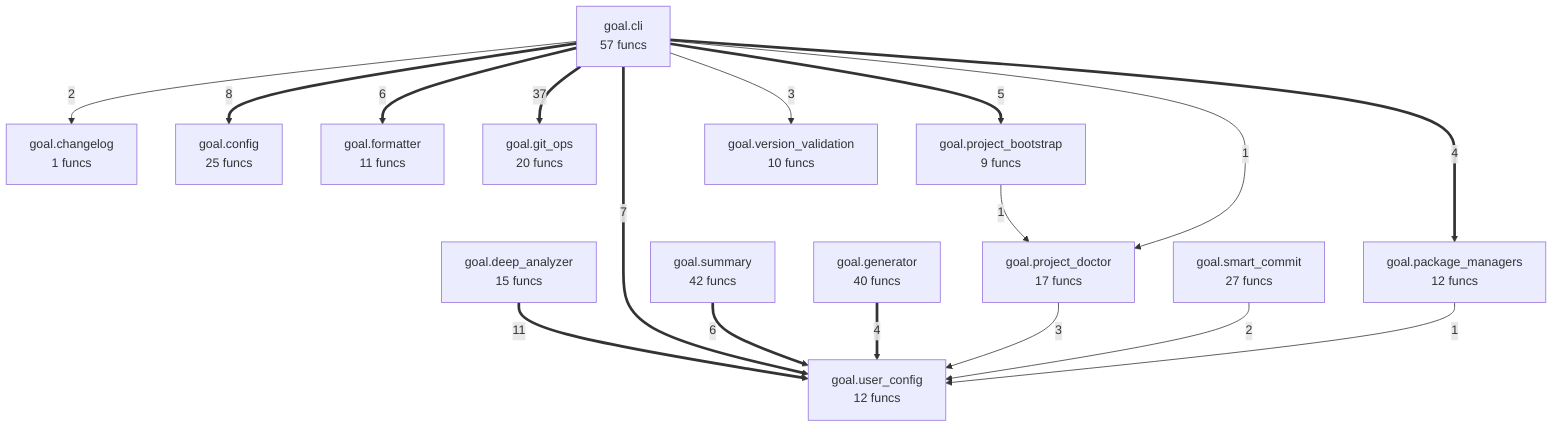
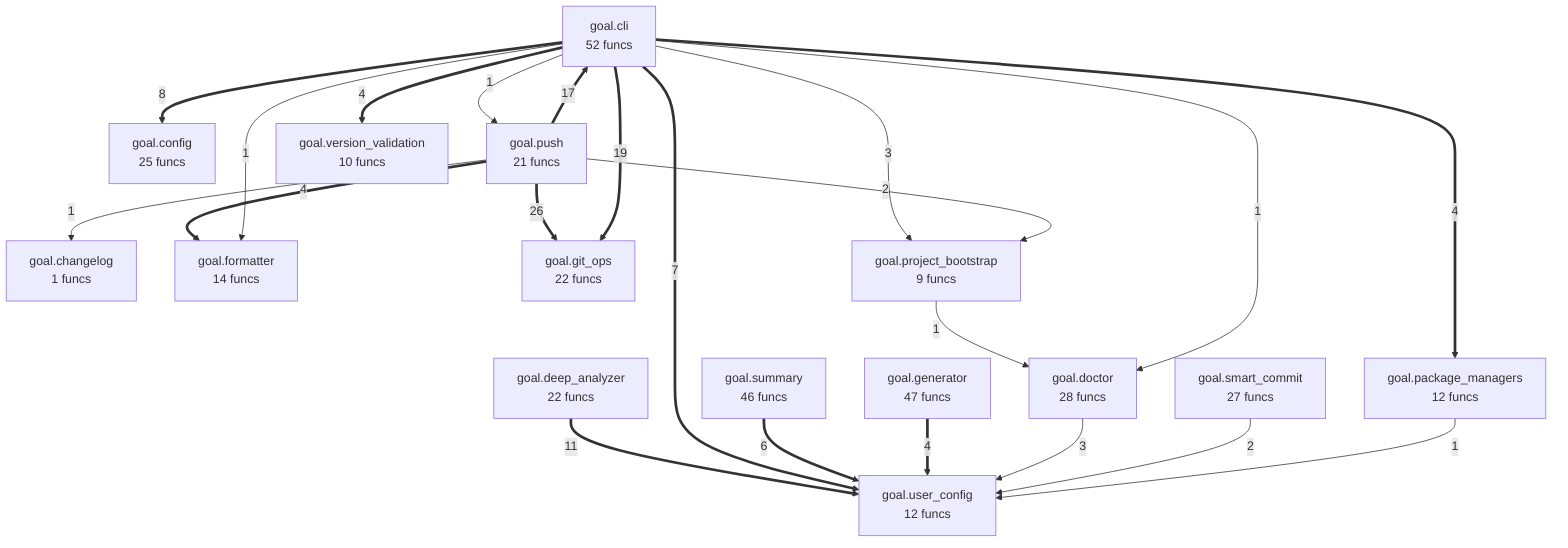
flowchart TD
    goal_changelog["goal.changelog<br/>1 funcs"]
-     goal_cli["goal.cli<br/>57 funcs"]
+     goal_cli["goal.cli<br/>52 funcs"]
    goal_config["goal.config<br/>25 funcs"]
-     goal_deep_analyzer["goal.deep_analyzer<br/>15 funcs"]
-     goal_formatter["goal.formatter<br/>11 funcs"]
-     goal_generator["goal.generator<br/>40 funcs"]
-     goal_git_ops["goal.git_ops<br/>20 funcs"]
+     goal_deep_analyzer["goal.deep_analyzer<br/>22 funcs"]
+     goal_doctor["goal.doctor<br/>28 funcs"]
+     goal_formatter["goal.formatter<br/>14 funcs"]
+     goal_generator["goal.generator<br/>47 funcs"]
+     goal_git_ops["goal.git_ops<br/>22 funcs"]
    goal_package_managers["goal.package_managers<br/>12 funcs"]
    goal_project_bootstrap["goal.project_bootstrap<br/>9 funcs"]
-     goal_project_doctor["goal.project_doctor<br/>17 funcs"]
+     goal_push["goal.push<br/>21 funcs"]
    goal_smart_commit["goal.smart_commit<br/>27 funcs"]
-     goal_summary["goal.summary<br/>42 funcs"]
+     goal_summary["goal.summary<br/>46 funcs"]
    goal_user_config["goal.user_config<br/>12 funcs"]
    goal_version_validation["goal.version_validation<br/>10 funcs"]
-     goal_cli ==>|37| goal_git_ops
+     goal_push ==>|26| goal_git_ops
+     goal_cli ==>|19| goal_git_ops
+     goal_push ==>|17| goal_cli
    goal_deep_analyzer ==>|11| goal_user_config
    goal_cli ==>|8| goal_config
    goal_cli ==>|7| goal_user_config
-     goal_cli ==>|6| goal_formatter
    goal_summary ==>|6| goal_user_config
-     goal_cli ==>|5| goal_project_bootstrap
    goal_generator ==>|4| goal_user_config
+     goal_push ==>|4| goal_formatter
+     goal_cli ==>|4| goal_version_validation
    goal_cli ==>|4| goal_package_managers
-     goal_cli -->|3| goal_version_validation
-     goal_project_doctor -->|3| goal_user_config
+     goal_cli -->|3| goal_project_bootstrap
+     goal_doctor -->|3| goal_user_config
+     goal_push -->|2| goal_project_bootstrap
    goal_smart_commit -->|2| goal_user_config
-     goal_cli -->|2| goal_changelog
-     goal_project_bootstrap -->|1| goal_project_doctor
-     goal_cli -->|1| goal_project_doctor
+     goal_project_bootstrap -->|1| goal_doctor
+     goal_cli -->|1| goal_doctor
+     goal_cli -->|1| goal_formatter
+     goal_cli -->|1| goal_push
    goal_package_managers -->|1| goal_user_config
+     goal_push -->|1| goal_changelog
